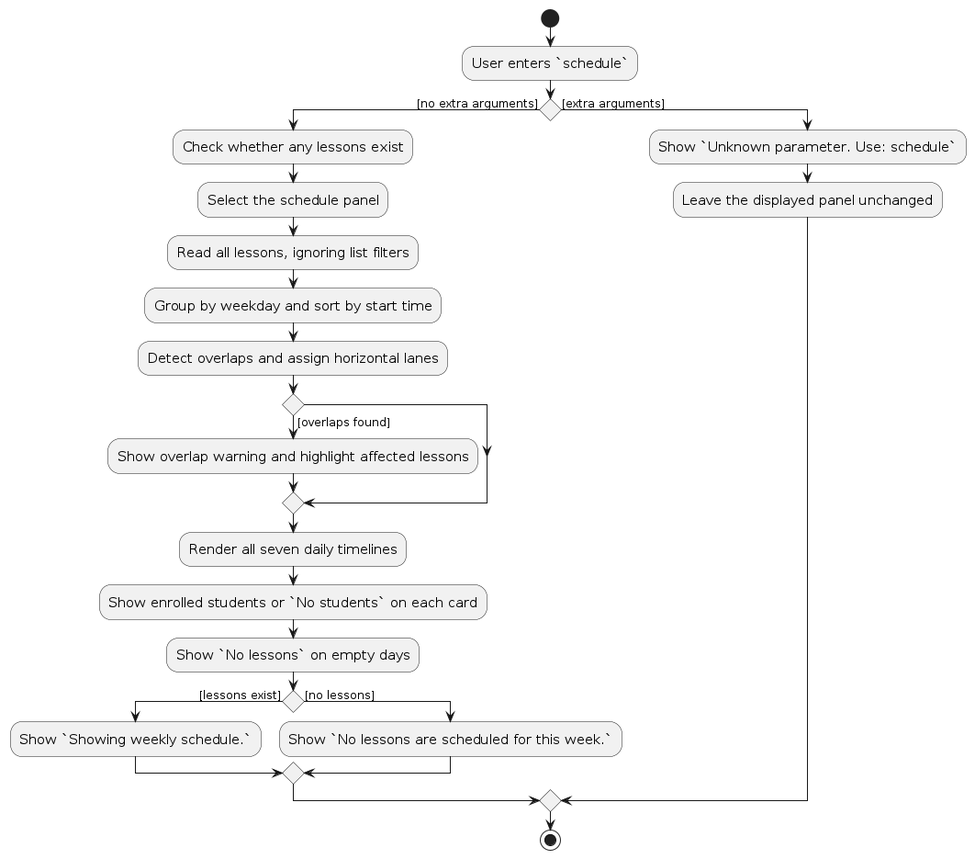
Above: diagrams/ScheduleActivityDiagram.png in AY2627S1-CS2103T-T13-2/tp (PlantUML), before the change. Its source is kept beside it as diagrams/ScheduleActivityDiagram.puml. Source of this version:
```plantuml
@startuml
skinparam ActivityFontSize 15
skinparam ArrowFontSize 12

start
:User enters `schedule`;
if () then ([no extra arguments])
    :Check whether any lessons exist;
    :Select the schedule panel;
    :Read all lessons, ignoring list filters;
    :Group by weekday and sort by start time;
    :Detect overlaps and assign horizontal lanes;
    if () then ([overlaps found])
        :Show overlap warning and highlight affected lessons;
    endif
    :Render all seven daily timelines;
    :Show enrolled students or `No students` on each card;
    :Show `No lessons` on empty days;
    if () then ([lessons exist])
        :Show `Showing weekly schedule.`;
    else ([no lessons])
        :Show `No lessons are scheduled for this week.`;
    endif
else ([extra arguments])
    :Show `Unknown parameter. Use: schedule`;
    :Leave the displayed panel unchanged;
endif
stop

@enduml
```
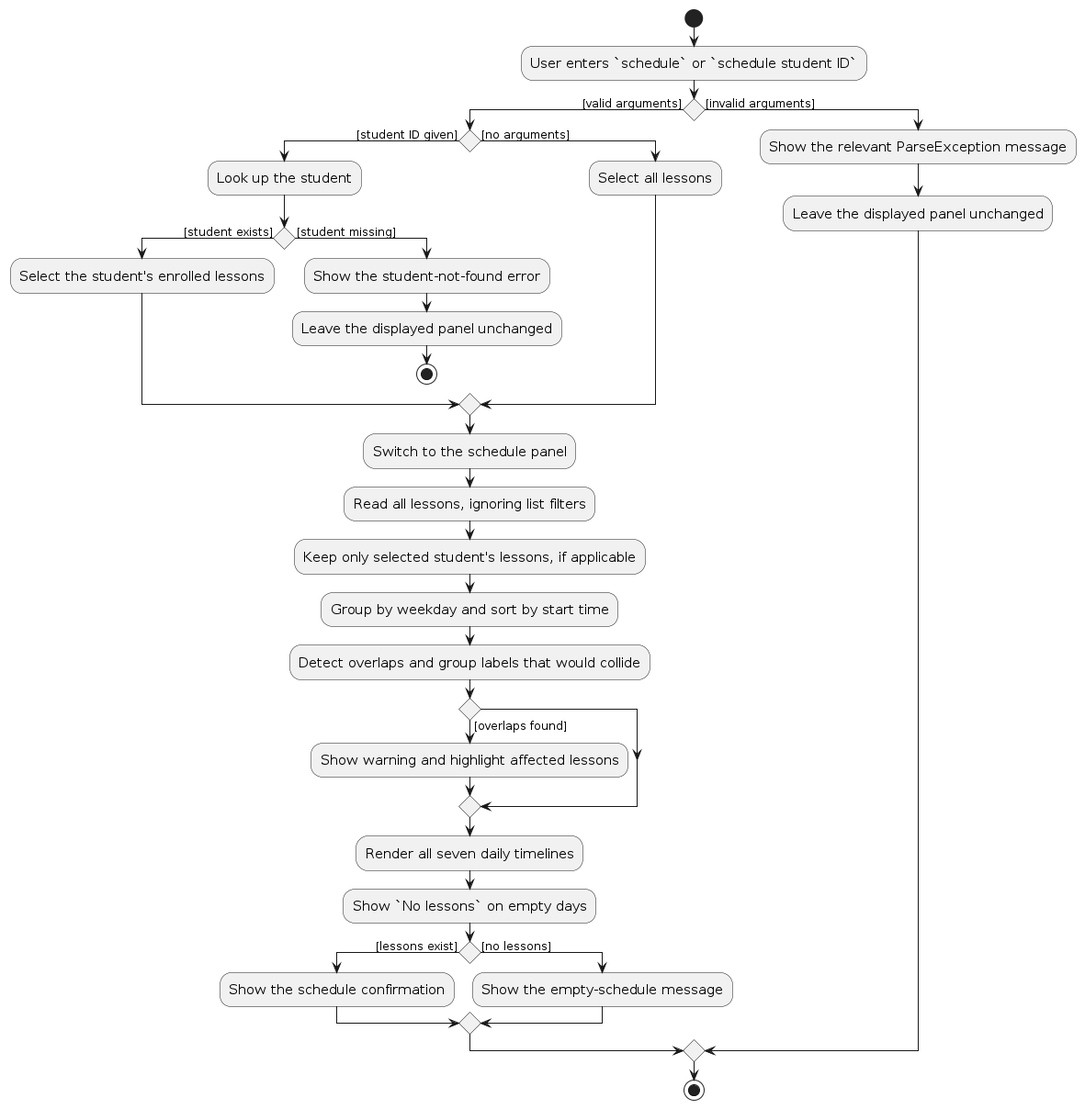
The same diagram one commit later.

The edit, as a diff of the source:
```diff
@@ -3,26 +3,37 @@
 skinparam ArrowFontSize 12
 
 start
-:User enters `schedule`;
-if () then ([no extra arguments])
-    :Check whether any lessons exist;
-    :Select the schedule panel;
+:User enters `schedule` or `schedule student ID`;
+if () then ([valid arguments])
+    if () then ([student ID given])
+        :Look up the student;
+        if () then ([student exists])
+            :Select the student's enrolled lessons;
+        else ([student missing])
+            :Show the student-not-found error;
+            :Leave the displayed panel unchanged;
+            stop
+        endif
+    else ([no arguments])
+        :Select all lessons;
+    endif
+    :Switch to the schedule panel;
     :Read all lessons, ignoring list filters;
+    :Keep only selected student's lessons, if applicable;
     :Group by weekday and sort by start time;
-    :Detect overlaps and assign horizontal lanes;
+    :Detect overlaps and group labels that would collide;
     if () then ([overlaps found])
-        :Show overlap warning and highlight affected lessons;
+        :Show warning and highlight affected lessons;
     endif
     :Render all seven daily timelines;
-    :Show enrolled students or `No students` on each card;
     :Show `No lessons` on empty days;
     if () then ([lessons exist])
-        :Show `Showing weekly schedule.`;
+        :Show the schedule confirmation;
     else ([no lessons])
-        :Show `No lessons are scheduled for this week.`;
+        :Show the empty-schedule message;
     endif
-else ([extra arguments])
-    :Show `Unknown parameter. Use: schedule`;
+else ([invalid arguments])
+    :Show the relevant ParseException message;
     :Leave the displayed panel unchanged;
 endif
 stop
```
